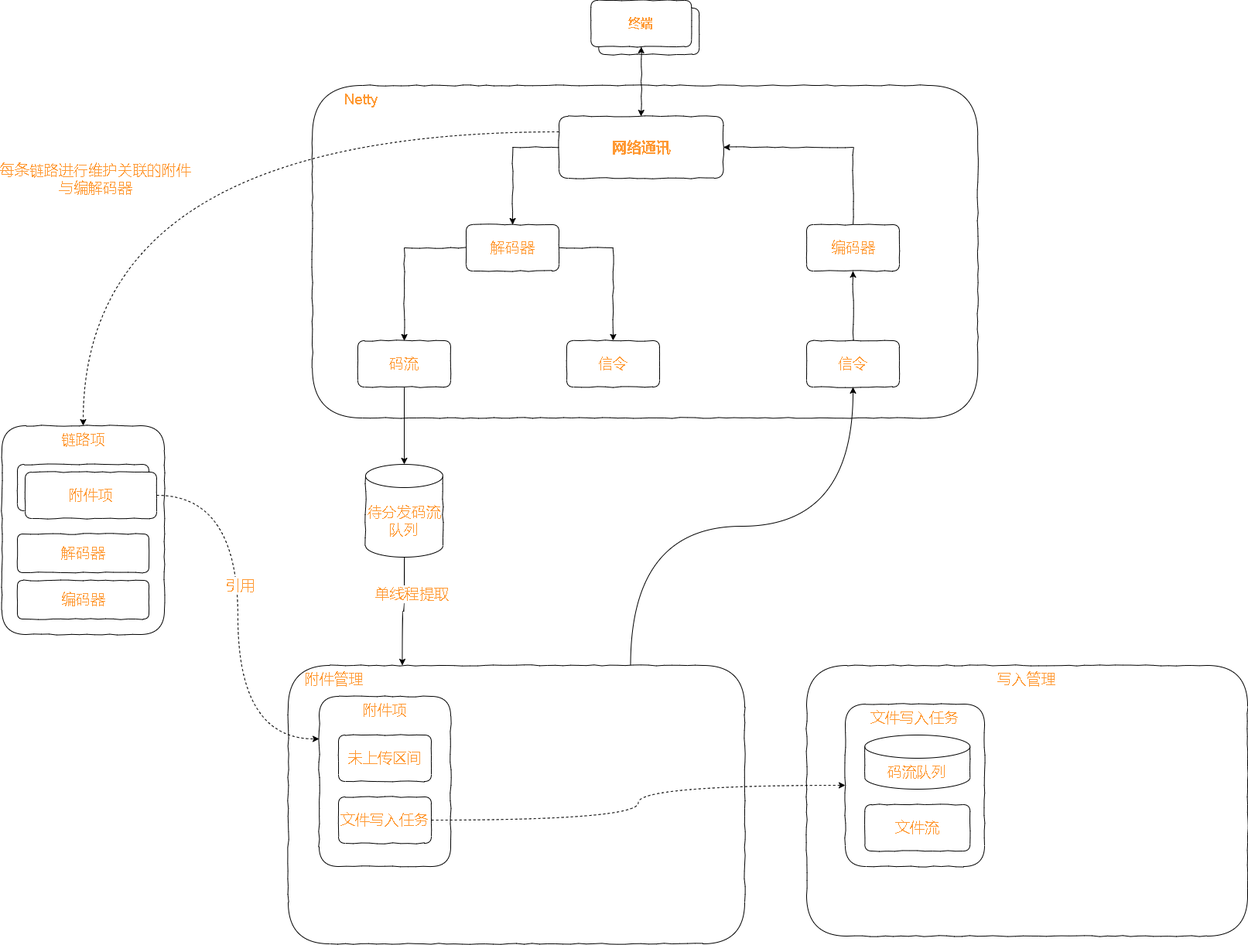
xktder/draw keeps this draw.io diagram as test.drawio.png. Above is the earlier version. Source tidied: cells renumbered, new cells last; positions are measured from the earlier drawing's top-left corner, leaving out a move shared by most shapes.
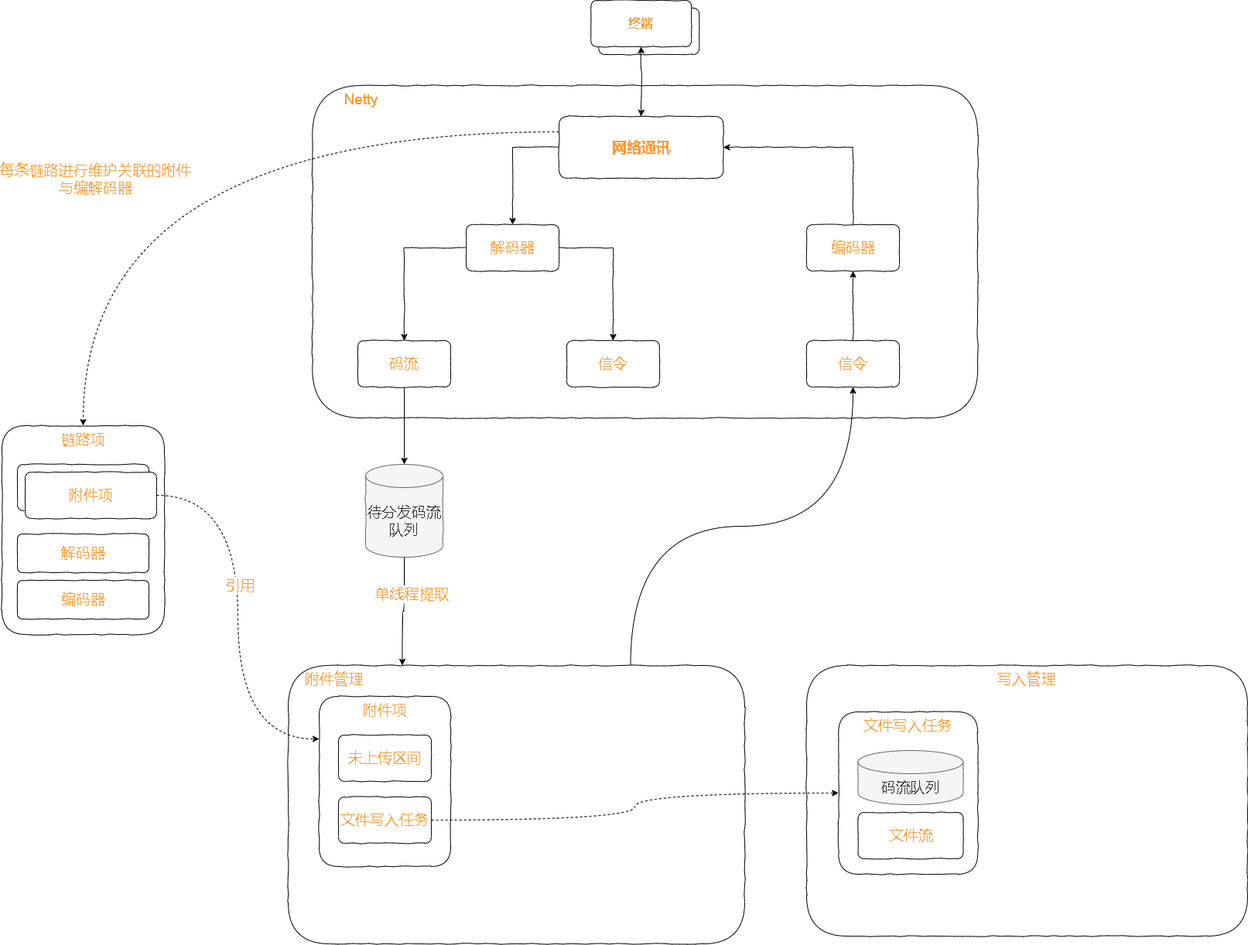
Later version of the same file.

Change to the diagram source:
```diff
@@ -76,7 +76,7 @@
     <mxCell id="25" value="单线程提取" style="edgeLabel;html=1;align=center;verticalAlign=middle;fontSize=19;fontColor=#FF9933;" parent="24" vertex="1">
       <mxGeometry x="-0.33" y="9" relative="1" as="geometry" />
     </mxCell>
-    <mxCell id="26" value="待分发码流队列" style="shape=cylinder3;whiteSpace=wrap;html=1;boundedLbl=1;backgroundOutline=1;size=15;comic=1;fontSize=19;fontColor=#FF9933;strokeColor=default;gradientColor=none;" parent="1" vertex="1">
+    <mxCell id="26" value="待分发码流队列" style="shape=cylinder3;whiteSpace=wrap;html=1;boundedLbl=1;backgroundOutline=1;size=15;comic=1;fontSize=19;fontColor=#333333;strokeColor=#666666;fillColor=#f5f5f5;" parent="1" vertex="1">
       <mxGeometry x="470" y="600" width="100" height="120" as="geometry" />
     </mxCell>
     <mxCell id="27" style="group;" parent="1" vertex="1">
@@ -119,7 +119,7 @@
       <mxGeometry x="-0.16" y="2" relative="1" as="geometry" />
     </mxCell>
     <mxCell id="40" style="group;" parent="1" vertex="1">
-      <mxGeometry x="1090" y="910" width="180" height="210" as="geometry" />
+      <mxGeometry x="1081.2" y="920" width="180" height="210" as="geometry" />
     </mxCell>
     <mxCell id="41" value="文件写入任务" style="rounded=1;whiteSpace=wrap;html=1;comic=1;fontSize=19;fontColor=#FF9933;strokeColor=default;gradientColor=none;verticalAlign=top;" parent="40" vertex="1">
       <mxGeometry width="180" height="210" as="geometry" />
@@ -127,8 +127,8 @@
     <mxCell id="42" value="文件流" style="rounded=1;whiteSpace=wrap;html=1;comic=1;fontSize=19;fontColor=#FF9933;strokeColor=default;gradientColor=none;" parent="40" vertex="1">
       <mxGeometry x="25.2" y="130" width="136" height="60" as="geometry" />
     </mxCell>
-    <mxCell id="43" value="码流队列" style="shape=cylinder3;whiteSpace=wrap;html=1;boundedLbl=1;backgroundOutline=1;size=15;comic=1;fontSize=19;fontColor=#FF9933;strokeColor=default;gradientColor=none;" parent="40" vertex="1">
-      <mxGeometry x="25.2" y="40" width="136" height="70" as="geometry" />
+    <mxCell id="43" value="码流队列" style="shape=cylinder3;whiteSpace=wrap;html=1;boundedLbl=1;backgroundOutline=1;size=15;comic=1;fontSize=19;fontColor=#333333;strokeColor=#666666;fillColor=#f5f5f5;" parent="40" vertex="1">
+      <mxGeometry x="25.2" y="50" width="136" height="70" as="geometry" />
     </mxCell>
     <mxCell id="44" style="edgeStyle=orthogonalEdgeStyle;curved=1;rounded=0;comic=0;jettySize=auto;html=1;exitX=1;exitY=0.5;exitDx=0;exitDy=0;entryX=0;entryY=0.5;entryDx=0;entryDy=0;dashed=1;fontSize=19;fontColor=#FF9933;startArrow=none;startFill=0;endArrow=classic;endFill=1;" parent="1" edge="1" source="30" target="41">
       <mxGeometry relative="1" as="geometry" />
```
